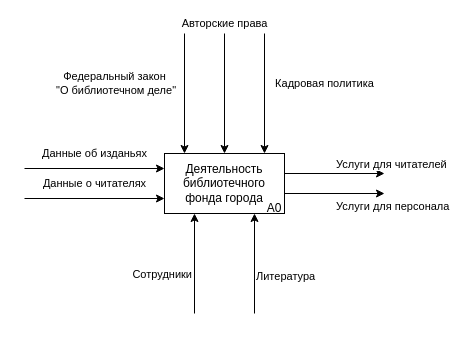
Before: page "A-0" (1 of 6) of sadt/diagram.drawio in la-mironov/Database-project, a draw.io diagram. Source tidied: cells renumbered, new cells numbered last; positions are measured from the earlier drawing's top-left corner, leaving out a move shared by most shapes. Both pictures are drawn from the tidied source at 100%, with x=0, y=0 at pixel (24, 33).
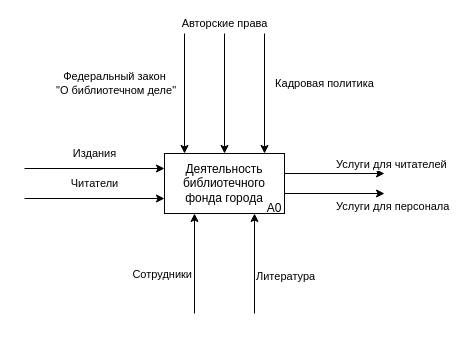
The same diagram, later.

Unchanged cells that the change refers to:
```xml
<mxCell id="2" value="Деятельность библиотечного фонда города" style="rounded=0;whiteSpace=wrap;html=1;" parent="1" vertex="1">
  <mxGeometry x="140" y="120" width="120" height="60" as="geometry" />
</mxCell>
```

Diff of the diagram source:
```diff
@@
-    <mxCell id="4" value="Данные об изданьях" style="endArrow=classic;html=1;rounded=0;entryX=0;entryY=0.25;entryDx=0;entryDy=0;" parent="1" edge="1" target="2">
+    <mxCell id="4" value="Издания" style="endArrow=classic;html=1;rounded=0;entryX=0;entryY=0.25;entryDx=0;entryDy=0;" parent="1" edge="1" target="2">
       <mxGeometry y="15" relative="1" as="geometry">
         <mxPoint y="135" as="sourcePoint" />
       </mxGeometry>
     </mxCell>
-    <mxCell id="5" value="Данные о читателях" style="endArrow=classic;html=1;rounded=0;entryX=0;entryY=0.75;entryDx=0;entryDy=0;" parent="1" edge="1" target="2">
+    <mxCell id="5" value="Читатели" style="endArrow=classic;html=1;rounded=0;entryX=0;entryY=0.75;entryDx=0;entryDy=0;" parent="1" edge="1" target="2">
       <mxGeometry y="15" relative="1" as="geometry">
         <mxPoint y="165" as="sourcePoint" />
       </mxGeometry>
     </mxCell>
```
